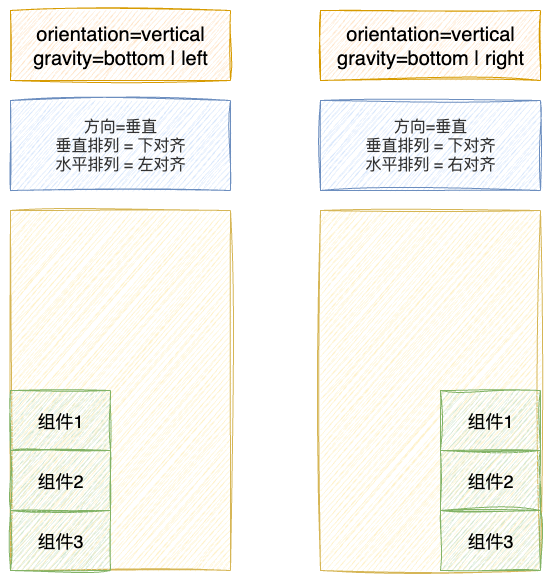
The draw.io diagram slides/lesson-07-android-ui-component-2/public/linearlayout-gravity-bottom.drawio.png in enix223/android-tutorial-slides, before a commit. Source tidied: cells renumbered, new cells last; positions are measured from the earlier drawing's top-left corner, leaving out a move shared by most shapes. The source it was exported from:
```xml
<mxGraphModel>
  <root>
    <mxCell id="0" />
    <mxCell id="1" parent="0" />
    <mxCell id="2" style="rounded=0;whiteSpace=wrap;html=1;fillColor=#fff2cc;strokeColor=#d6b656;shadow=0;sketch=1;curveFitting=1;jiggle=2;" parent="1" vertex="1">
      <mxGeometry y="200" width="220" height="360" as="geometry" />
    </mxCell>
    <mxCell id="3" value="&lt;font style=&quot;font-size: 18px;&quot;&gt;组件1&lt;/font&gt;" style="rounded=0;whiteSpace=wrap;html=1;fillColor=#d5e8d4;strokeColor=#82b366;shadow=0;sketch=1;curveFitting=1;jiggle=2;" parent="1" vertex="1">
      <mxGeometry y="380" width="100" height="60" as="geometry" />
    </mxCell>
    <mxCell id="4" value="&lt;font style=&quot;font-size: 18px;&quot;&gt;组件2&lt;/font&gt;" style="rounded=0;whiteSpace=wrap;html=1;fillColor=#d5e8d4;strokeColor=#82b366;shadow=0;sketch=1;curveFitting=1;jiggle=2;" parent="1" vertex="1">
      <mxGeometry y="440" width="100" height="60" as="geometry" />
    </mxCell>
    <mxCell id="5" value="&lt;font style=&quot;font-size: 18px;&quot;&gt;组件3&lt;/font&gt;" style="rounded=0;whiteSpace=wrap;html=1;fillColor=#d5e8d4;strokeColor=#82b366;shadow=0;sketch=1;curveFitting=1;jiggle=2;" parent="1" vertex="1">
      <mxGeometry y="500" width="100" height="60" as="geometry" />
    </mxCell>
    <mxCell id="6" value="orientation=vertical&lt;div&gt;gravity=bottom | left&lt;/div&gt;" style="text;html=1;align=center;verticalAlign=middle;whiteSpace=wrap;rounded=0;fontSize=20;fillColor=#ffe6cc;strokeColor=#d79b00;sketch=1;curveFitting=1;jiggle=2;" parent="1" vertex="1">
      <mxGeometry width="220" height="70" as="geometry" />
    </mxCell>
    <mxCell id="7" style="rounded=0;whiteSpace=wrap;html=1;fillColor=#fff2cc;strokeColor=#d6b656;shadow=0;sketch=1;curveFitting=1;jiggle=2;" parent="1" vertex="1">
      <mxGeometry x="310" y="200" width="220" height="360" as="geometry" />
    </mxCell>
    <mxCell id="8" value="&lt;font style=&quot;font-size: 18px;&quot;&gt;组件1&lt;/font&gt;" style="rounded=0;whiteSpace=wrap;html=1;fillColor=#d5e8d4;strokeColor=#82b366;shadow=0;sketch=1;curveFitting=1;jiggle=2;" parent="1" vertex="1">
      <mxGeometry x="430" y="380" width="100" height="60" as="geometry" />
    </mxCell>
    <mxCell id="9" value="&lt;font style=&quot;font-size: 18px;&quot;&gt;组件2&lt;/font&gt;" style="rounded=0;whiteSpace=wrap;html=1;fillColor=#d5e8d4;strokeColor=#82b366;shadow=0;sketch=1;curveFitting=1;jiggle=2;" parent="1" vertex="1">
      <mxGeometry x="430" y="440" width="100" height="60" as="geometry" />
    </mxCell>
    <mxCell id="10" value="&lt;font style=&quot;font-size: 18px;&quot;&gt;组件3&lt;/font&gt;" style="rounded=0;whiteSpace=wrap;html=1;fillColor=#d5e8d4;strokeColor=#82b366;shadow=0;sketch=1;curveFitting=1;jiggle=2;" parent="1" vertex="1">
      <mxGeometry x="430" y="500" width="100" height="60" as="geometry" />
    </mxCell>
    <mxCell id="11" value="&lt;font style=&quot;font-size: 16px;&quot;&gt;方向=垂直&lt;/font&gt;&lt;div&gt;&lt;font style=&quot;font-size: 16px;&quot;&gt;垂直排列 = 下对齐&lt;/font&gt;&lt;div&gt;&lt;font style=&quot;font-size: 16px;&quot;&gt;水平排列 = 左对齐&lt;/font&gt;&lt;/div&gt;&lt;/div&gt;" style="text;html=1;align=center;verticalAlign=middle;whiteSpace=wrap;rounded=0;fillColor=#dae8fc;strokeColor=#6c8ebf;fontColor=#333333;sketch=1;curveFitting=1;jiggle=2;" parent="1" vertex="1">
      <mxGeometry y="90" width="220" height="90" as="geometry" />
    </mxCell>
    <mxCell id="12" value="orientation=vertical&lt;div&gt;gravity=bottom | right&lt;/div&gt;" style="text;html=1;align=center;verticalAlign=middle;whiteSpace=wrap;rounded=0;fontSize=20;fillColor=#ffe6cc;strokeColor=#d79b00;sketch=1;curveFitting=1;jiggle=2;" parent="1" vertex="1">
      <mxGeometry x="310" width="220" height="70" as="geometry" />
    </mxCell>
    <mxCell id="13" value="&lt;font style=&quot;font-size: 16px;&quot;&gt;方向=垂直&lt;/font&gt;&lt;div&gt;&lt;font style=&quot;font-size: 16px;&quot;&gt;垂直排列 =&amp;nbsp;&lt;/font&gt;&lt;span style=&quot;font-size: 16px;&quot;&gt;下对齐&lt;/span&gt;&lt;div&gt;&lt;font style=&quot;font-size: 16px;&quot;&gt;水平排列 = 右对齐&lt;/font&gt;&lt;/div&gt;&lt;/div&gt;" style="text;html=1;align=center;verticalAlign=middle;whiteSpace=wrap;rounded=0;fillColor=#dae8fc;strokeColor=#6c8ebf;fontColor=#333333;sketch=1;curveFitting=1;jiggle=2;" parent="1" vertex="1">
      <mxGeometry x="310" y="90" width="220" height="90" as="geometry" />
    </mxCell>
  </root>
</mxGraphModel>
```
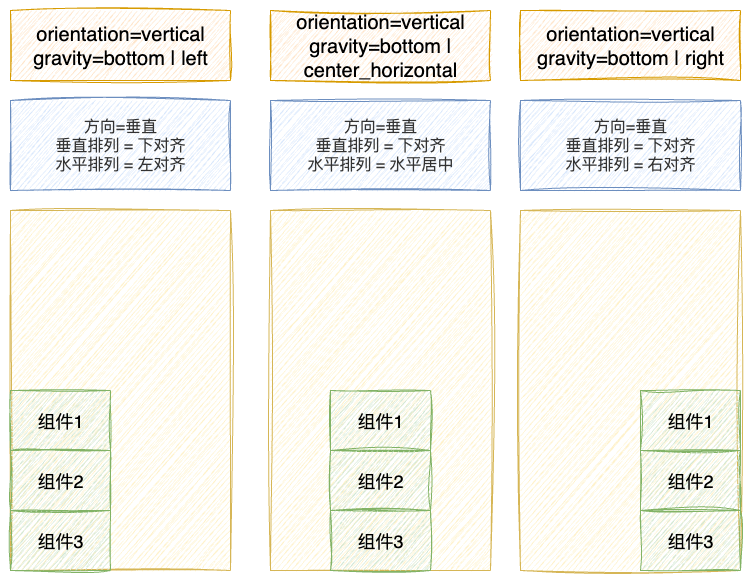
After the commit.

Change to the diagram source:
```diff
@@ -18,25 +18,43 @@
       <mxGeometry width="220" height="70" as="geometry" />
     </mxCell>
     <mxCell id="7" style="rounded=0;whiteSpace=wrap;html=1;fillColor=#fff2cc;strokeColor=#d6b656;shadow=0;sketch=1;curveFitting=1;jiggle=2;" parent="1" vertex="1">
-      <mxGeometry x="310" y="200" width="220" height="360" as="geometry" />
+      <mxGeometry x="510" y="200" width="220" height="360" as="geometry" />
     </mxCell>
     <mxCell id="8" value="&lt;font style=&quot;font-size: 18px;&quot;&gt;组件1&lt;/font&gt;" style="rounded=0;whiteSpace=wrap;html=1;fillColor=#d5e8d4;strokeColor=#82b366;shadow=0;sketch=1;curveFitting=1;jiggle=2;" parent="1" vertex="1">
-      <mxGeometry x="430" y="380" width="100" height="60" as="geometry" />
+      <mxGeometry x="630" y="380" width="100" height="60" as="geometry" />
     </mxCell>
     <mxCell id="9" value="&lt;font style=&quot;font-size: 18px;&quot;&gt;组件2&lt;/font&gt;" style="rounded=0;whiteSpace=wrap;html=1;fillColor=#d5e8d4;strokeColor=#82b366;shadow=0;sketch=1;curveFitting=1;jiggle=2;" parent="1" vertex="1">
-      <mxGeometry x="430" y="440" width="100" height="60" as="geometry" />
+      <mxGeometry x="630" y="440" width="100" height="60" as="geometry" />
     </mxCell>
     <mxCell id="10" value="&lt;font style=&quot;font-size: 18px;&quot;&gt;组件3&lt;/font&gt;" style="rounded=0;whiteSpace=wrap;html=1;fillColor=#d5e8d4;strokeColor=#82b366;shadow=0;sketch=1;curveFitting=1;jiggle=2;" parent="1" vertex="1">
-      <mxGeometry x="430" y="500" width="100" height="60" as="geometry" />
+      <mxGeometry x="630" y="500" width="100" height="60" as="geometry" />
     </mxCell>
     <mxCell id="11" value="&lt;font style=&quot;font-size: 16px;&quot;&gt;方向=垂直&lt;/font&gt;&lt;div&gt;&lt;font style=&quot;font-size: 16px;&quot;&gt;垂直排列 = 下对齐&lt;/font&gt;&lt;div&gt;&lt;font style=&quot;font-size: 16px;&quot;&gt;水平排列 = 左对齐&lt;/font&gt;&lt;/div&gt;&lt;/div&gt;" style="text;html=1;align=center;verticalAlign=middle;whiteSpace=wrap;rounded=0;fillColor=#dae8fc;strokeColor=#6c8ebf;fontColor=#333333;sketch=1;curveFitting=1;jiggle=2;" parent="1" vertex="1">
       <mxGeometry y="90" width="220" height="90" as="geometry" />
     </mxCell>
     <mxCell id="12" value="orientation=vertical&lt;div&gt;gravity=bottom | right&lt;/div&gt;" style="text;html=1;align=center;verticalAlign=middle;whiteSpace=wrap;rounded=0;fontSize=20;fillColor=#ffe6cc;strokeColor=#d79b00;sketch=1;curveFitting=1;jiggle=2;" parent="1" vertex="1">
-      <mxGeometry x="310" width="220" height="70" as="geometry" />
+      <mxGeometry x="510" width="220" height="70" as="geometry" />
     </mxCell>
     <mxCell id="13" value="&lt;font style=&quot;font-size: 16px;&quot;&gt;方向=垂直&lt;/font&gt;&lt;div&gt;&lt;font style=&quot;font-size: 16px;&quot;&gt;垂直排列 =&amp;nbsp;&lt;/font&gt;&lt;span style=&quot;font-size: 16px;&quot;&gt;下对齐&lt;/span&gt;&lt;div&gt;&lt;font style=&quot;font-size: 16px;&quot;&gt;水平排列 = 右对齐&lt;/font&gt;&lt;/div&gt;&lt;/div&gt;" style="text;html=1;align=center;verticalAlign=middle;whiteSpace=wrap;rounded=0;fillColor=#dae8fc;strokeColor=#6c8ebf;fontColor=#333333;sketch=1;curveFitting=1;jiggle=2;" parent="1" vertex="1">
-      <mxGeometry x="310" y="90" width="220" height="90" as="geometry" />
+      <mxGeometry x="510" y="90" width="220" height="90" as="geometry" />
     </mxCell>
+    <mxCell id="14" style="rounded=0;whiteSpace=wrap;html=1;fillColor=#fff2cc;strokeColor=#d6b656;shadow=0;sketch=1;curveFitting=1;jiggle=2;" parent="1" vertex="1">
+      <mxGeometry x="260" y="200" width="220" height="360" as="geometry" />
+    </mxCell>
+    <mxCell id="15" value="&lt;font style=&quot;font-size: 18px;&quot;&gt;组件1&lt;/font&gt;" style="rounded=0;whiteSpace=wrap;html=1;fillColor=#d5e8d4;strokeColor=#82b366;shadow=0;sketch=1;curveFitting=1;jiggle=2;" parent="1" vertex="1">
+      <mxGeometry x="320" y="380" width="100" height="60" as="geometry" />
+    </mxCell>
+    <mxCell id="16" value="&lt;font style=&quot;font-size: 18px;&quot;&gt;组件2&lt;/font&gt;" style="rounded=0;whiteSpace=wrap;html=1;fillColor=#d5e8d4;strokeColor=#82b366;shadow=0;sketch=1;curveFitting=1;jiggle=2;" parent="1" vertex="1">
+      <mxGeometry x="320" y="440" width="100" height="60" as="geometry" />
+    </mxCell>
+    <mxCell id="17" value="&lt;font style=&quot;font-size: 18px;&quot;&gt;组件3&lt;/font&gt;" style="rounded=0;whiteSpace=wrap;html=1;fillColor=#d5e8d4;strokeColor=#82b366;shadow=0;sketch=1;curveFitting=1;jiggle=2;" parent="1" vertex="1">
+      <mxGeometry x="320" y="500" width="100" height="60" as="geometry" />
+    </mxCell>
+    <mxCell id="18" value="orientation=vertical&lt;div&gt;gravity=bottom | center_horizontal&lt;/div&gt;" style="text;html=1;align=center;verticalAlign=middle;whiteSpace=wrap;rounded=0;fontSize=20;fillColor=#ffe6cc;strokeColor=#d79b00;sketch=1;curveFitting=1;jiggle=2;" parent="1" vertex="1">
+      <mxGeometry x="260" width="220" height="70" as="geometry" />
+    </mxCell>
+    <mxCell id="19" value="&lt;font style=&quot;font-size: 16px;&quot;&gt;方向=垂直&lt;/font&gt;&lt;div&gt;&lt;font style=&quot;font-size: 16px;&quot;&gt;垂直排列 =&amp;nbsp;&lt;/font&gt;&lt;span style=&quot;font-size: 16px;&quot;&gt;下对齐&lt;/span&gt;&lt;div&gt;&lt;font style=&quot;font-size: 16px;&quot;&gt;水平排列 = 水平居中&lt;/font&gt;&lt;/div&gt;&lt;/div&gt;" style="text;html=1;align=center;verticalAlign=middle;whiteSpace=wrap;rounded=0;fillColor=#dae8fc;strokeColor=#6c8ebf;fontColor=#333333;sketch=1;curveFitting=1;jiggle=2;" parent="1" vertex="1">
+      <mxGeometry x="260" y="90" width="220" height="90" as="geometry" />
+    </mxCell>
   </root>
 </mxGraphModel>
```
